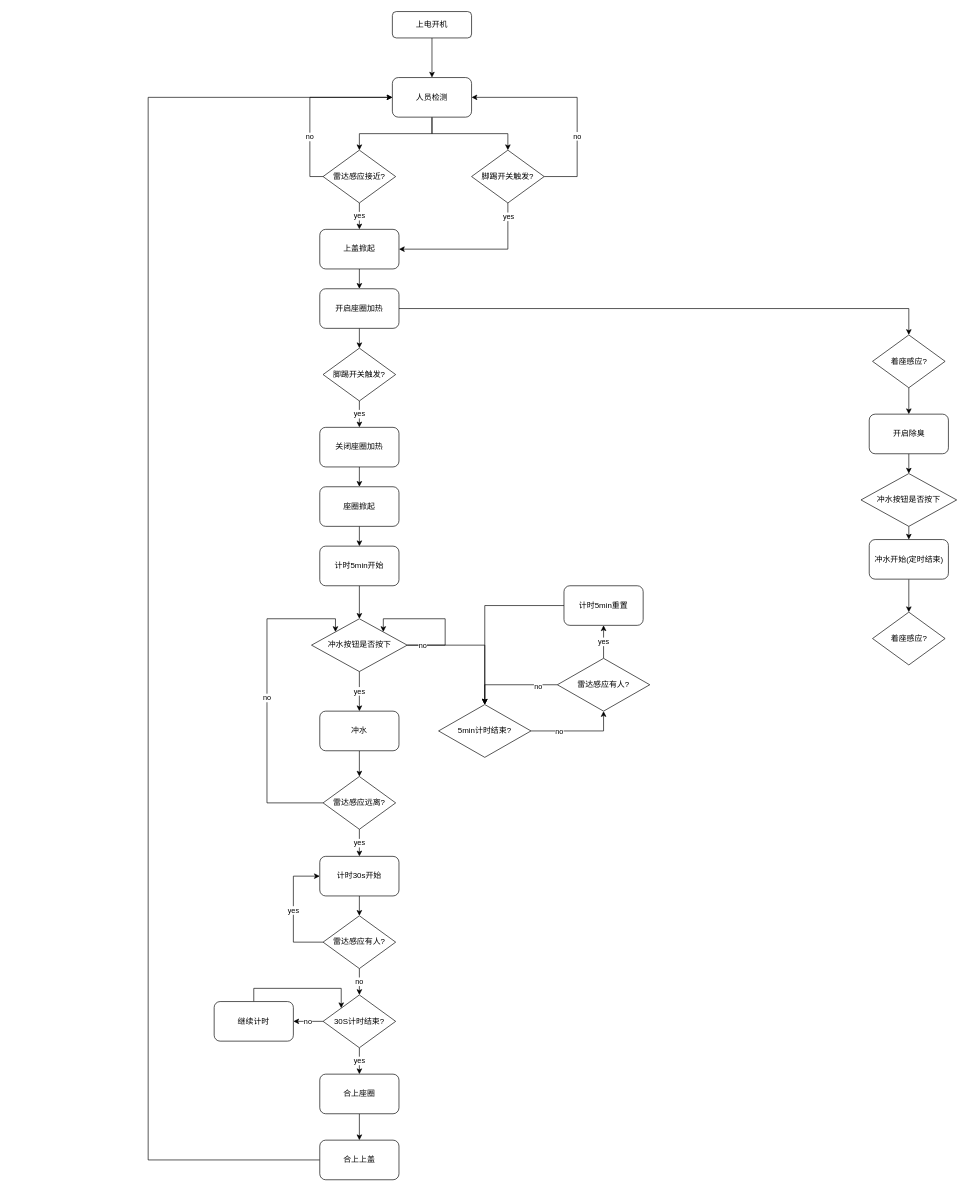
This is Untitled Diagram.drawio from RockONthefeel/HW_Design_SUP, a draw.io file, before an edit. Source tidied: cells renumbered, new cells numbered last; positions are measured from the earlier drawing's top-left corner, leaving out a move shared by most shapes. Both pictures are drawn from the tidied source at 66%, with x=0, y=0 at pixel (148, 11).
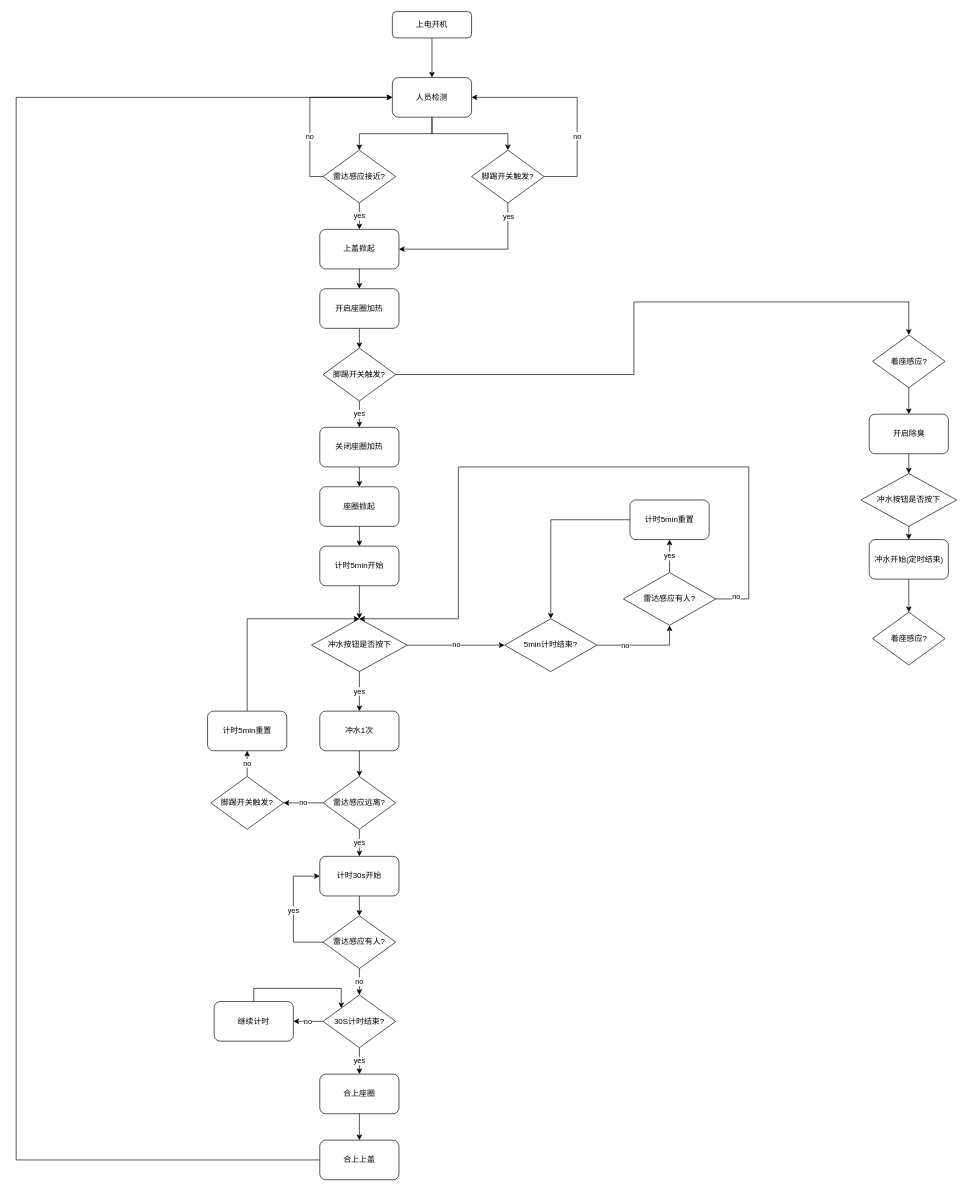
After the change.

The change refers to these unchanged cells:
```xml
<mxCell id="6" value="人员检测" style="rounded=1;whiteSpace=wrap;html=1;flipH=1;flipV=0;" parent="1" vertex="1">
  <mxGeometry x="370" y="100" width="120" height="60" as="geometry" />
</mxCell>
<mxCell id="15" value="脚踢开关触发?" style="rhombus;whiteSpace=wrap;html=1;flipH=1;flipV=0;" parent="1" vertex="1">
  <mxGeometry x="265" y="510" width="110" height="80" as="geometry" />
</mxCell>
<mxCell id="17" value="着座感应?" style="rhombus;whiteSpace=wrap;html=1;flipH=1;flipV=0;" parent="1" vertex="1">
  <mxGeometry x="1097.5" y="490" width="110" height="80" as="geometry" />
</mxCell>
<mxCell id="22" value="开启座圈加热" style="rounded=1;whiteSpace=wrap;html=1;" parent="1" vertex="1">
  <mxGeometry x="260" y="420" width="120" height="60" as="geometry" />
</mxCell>
<mxCell id="25" value="冲水按钮是否按下" style="rhombus;whiteSpace=wrap;html=1;flipH=1;flipV=0;" parent="1" vertex="1">
  <mxGeometry x="247.5" y="920" width="145" height="80" as="geometry" />
</mxCell>
<mxCell id="30" value="雷达感应远离?" style="rhombus;whiteSpace=wrap;html=1;flipH=1;flipV=0;" parent="1" vertex="1">
  <mxGeometry x="265" y="1159" width="110" height="80" as="geometry" />
</mxCell>
<mxCell id="42" value="合上上盖" style="rounded=1;whiteSpace=wrap;html=1;" parent="1" vertex="1">
  <mxGeometry x="260" y="1710" width="120" height="60" as="geometry" />
</mxCell>
```

Diff of the diagram source:
```diff
@@
+    <mxCell id="69" style="edgeStyle=orthogonalEdgeStyle;rounded=0;jettySize=auto;html=1;exitX=1;exitY=0.5;exitDx=0;exitDy=0;entryX=0.5;entryY=0;entryDx=0;entryDy=0;" parent="1" edge="1" source="15" target="17">
+      <mxGeometry relative="1" as="geometry">
+        <Array as="points">
+          <mxPoint x="736" y="550" />
+          <mxPoint x="736" y="440" />
+          <mxPoint x="1153" y="440" />
+        </Array>
+      </mxGeometry>
+    </mxCell>
@@
-    <mxCell id="21" style="edgeStyle=orthogonalEdgeStyle;rounded=0;jettySize=auto;html=1;exitX=1;exitY=0.5;exitDx=0;exitDy=0;entryX=0.5;entryY=0;entryDx=0;entryDy=0;" parent="1" edge="1" source="22" target="17">
-      <mxGeometry relative="1" as="geometry" />
-    </mxCell>
@@
-    <mxCell id="24" style="edgeStyle=orthogonalEdgeStyle;rounded=0;jettySize=auto;html=1;exitX=1;exitY=0.5;exitDx=0;exitDy=0;entryX=0.5;entryY=0;entryDx=0;entryDy=0;" parent="1" edge="1" source="25" target="60">
+    <mxCell id="24" value="no" style="edgeStyle=orthogonalEdgeStyle;rounded=0;jettySize=auto;html=1;exitX=1;exitY=0.5;exitDx=0;exitDy=0;entryX=0;entryY=0.5;entryDx=0;entryDy=0;" parent="1" edge="1" source="25" target="60">
       <mxGeometry relative="1" as="geometry" />
     </mxCell>
@@
-    <mxCell id="27" value="冲水" style="rounded=1;whiteSpace=wrap;html=1;" parent="1" vertex="1">
+    <mxCell id="27" value="冲水1次" style="rounded=1;whiteSpace=wrap;html=1;" parent="1" vertex="1">
       <mxGeometry x="260" y="1060" width="120" height="60" as="geometry" />
     </mxCell>
@@
-    <mxCell id="29" value="no" style="edgeStyle=orthogonalEdgeStyle;rounded=0;jettySize=auto;html=1;exitX=0;exitY=0.5;exitDx=0;exitDy=0;entryX=0;entryY=0;entryDx=0;entryDy=0;" parent="1" edge="1" source="30" target="25">
-      <mxGeometry relative="1" as="geometry">
-        <Array as="points">
-          <mxPoint x="180" y="1199" />
-          <mxPoint x="180" y="920" />
-          <mxPoint x="284" y="920" />
-        </Array>
-      </mxGeometry>
-    </mxCell>
+    <mxCell id="70" value="no" style="edgeStyle=orthogonalEdgeStyle;rounded=0;jettySize=auto;html=1;exitX=0;exitY=0.5;exitDx=0;exitDy=0;entryX=1;entryY=0.5;entryDx=0;entryDy=0;" parent="1" edge="1" source="30" target="76">
+      <mxGeometry relative="1" as="geometry" />
+    </mxCell>
@@
     <mxCell id="41" style="edgeStyle=orthogonalEdgeStyle;rounded=0;jettySize=auto;html=1;exitX=0;exitY=0.5;exitDx=0;exitDy=0;entryX=0;entryY=0.5;entryDx=0;entryDy=0;" parent="1" edge="1" source="42" target="6">
       <mxGeometry relative="1" as="geometry">
         <Array as="points">
-          <mxPoint y="1740" />
-          <mxPoint y="130" />
+          <mxPoint x="-200" y="1740" />
+          <mxPoint x="-200" y="130" />
         </Array>
       </mxGeometry>
     </mxCell>
@@
     <mxCell id="60" value="5min计时结束?" style="rhombus;whiteSpace=wrap;html=1;flipH=1;flipV=0;" parent="1" vertex="1">
-      <mxGeometry x="440" y="1050" width="140" height="80" as="geometry" />
+      <mxGeometry x="540" y="920" width="140" height="80" as="geometry" />
     </mxCell>
-    <mxCell id="61" style="edgeStyle=orthogonalEdgeStyle;rounded=0;orthogonalLoop=1;jettySize=auto;html=1;exitX=1;exitY=0.5;exitDx=0;exitDy=0;entryX=1;entryY=0;entryDx=0;entryDy=0;" parent="1" edge="1" source="25" target="25">
-      <mxGeometry relative="1" as="geometry">
-        <Array as="points">
-          <mxPoint x="450" y="960" />
-          <mxPoint x="450" y="920" />
-          <mxPoint x="356" y="920" />
-        </Array>
-      </mxGeometry>
-    </mxCell>
-    <mxCell id="62" value="no" style="edgeLabel;html=1;align=center;verticalAlign=middle;" parent="61" vertex="1">
-      <mxGeometry x="-0.63" y="1" relative="1" as="geometry">
-        <mxPoint x="-16" y="1" as="offset" />
-      </mxGeometry>
-    </mxCell>
@@
-    <mxCell id="64" style="edgeStyle=orthogonalEdgeStyle;rounded=0;jettySize=auto;html=1;exitX=0;exitY=0.5;exitDx=0;exitDy=0;entryX=0.5;entryY=0;entryDx=0;entryDy=0;" parent="1" edge="1" source="66" target="60">
-      <mxGeometry relative="1" as="geometry" />
-    </mxCell>
-    <mxCell id="65" value="no" style="edgeLabel;html=1;align=center;verticalAlign=middle;" parent="64" vertex="1">
-      <mxGeometry x="-0.57" y="2" relative="1" as="geometry" />
-    </mxCell>
+    <mxCell id="71" style="edgeStyle=orthogonalEdgeStyle;rounded=0;jettySize=auto;html=1;exitX=1;exitY=0.5;exitDx=0;exitDy=0;" parent="1" edge="1" source="66" target="25">
+      <mxGeometry relative="1" as="geometry">
+        <Array as="points">
+          <mxPoint x="910" y="890" />
+          <mxPoint x="910" y="690" />
+          <mxPoint x="470" y="690" />
+          <mxPoint x="470" y="920" />
+        </Array>
+      </mxGeometry>
+    </mxCell>
+    <mxCell id="72" value="no" style="edgeLabel;html=1;align=center;verticalAlign=middle;" parent="71" vertex="1">
+      <mxGeometry x="-0.76" y="3" relative="1" as="geometry">
+        <mxPoint x="-17" y="74" as="offset" />
+      </mxGeometry>
+    </mxCell>
     <mxCell id="66" value="雷达感应有人?" style="rhombus;whiteSpace=wrap;html=1;flipH=1;flipV=0;" parent="1" vertex="1">
-      <mxGeometry x="620" y="980" width="140" height="80" as="geometry" />
+      <mxGeometry x="720" y="850" width="140" height="80" as="geometry" />
     </mxCell>
@@
     <mxCell id="68" value="计时5min重置" style="rounded=1;whiteSpace=wrap;html=1;" parent="1" vertex="1">
-      <mxGeometry x="630" y="870" width="120" height="60" as="geometry" />
+      <mxGeometry x="730" y="740" width="120" height="60" as="geometry" />
     </mxCell>
+    <mxCell id="73" style="edgeStyle=orthogonalEdgeStyle;rounded=0;jettySize=auto;html=1;exitX=0.5;exitY=0;exitDx=0;exitDy=0;entryX=0.5;entryY=0;entryDx=0;entryDy=0;" parent="1" edge="1" source="74" target="25">
+      <mxGeometry relative="1" as="geometry">
+        <Array as="points">
+          <mxPoint x="150" y="920" />
+        </Array>
+      </mxGeometry>
+    </mxCell>
+    <mxCell id="74" value="计时5min重置" style="rounded=1;whiteSpace=wrap;html=1;" parent="1" vertex="1">
+      <mxGeometry x="90" y="1060" width="120" height="60" as="geometry" />
+    </mxCell>
+    <mxCell id="75" value="no" style="edgeStyle=orthogonalEdgeStyle;rounded=0;jettySize=auto;html=1;exitX=0.5;exitY=0;exitDx=0;exitDy=0;entryX=0.5;entryY=1;entryDx=0;entryDy=0;" parent="1" edge="1" source="76" target="74">
+      <mxGeometry relative="1" as="geometry" />
+    </mxCell>
+    <mxCell id="76" value="脚踢开关触发?" style="rhombus;whiteSpace=wrap;html=1;flipH=1;flipV=0;" parent="1" vertex="1">
+      <mxGeometry x="95" y="1159" width="110" height="80" as="geometry" />
+    </mxCell>
```
